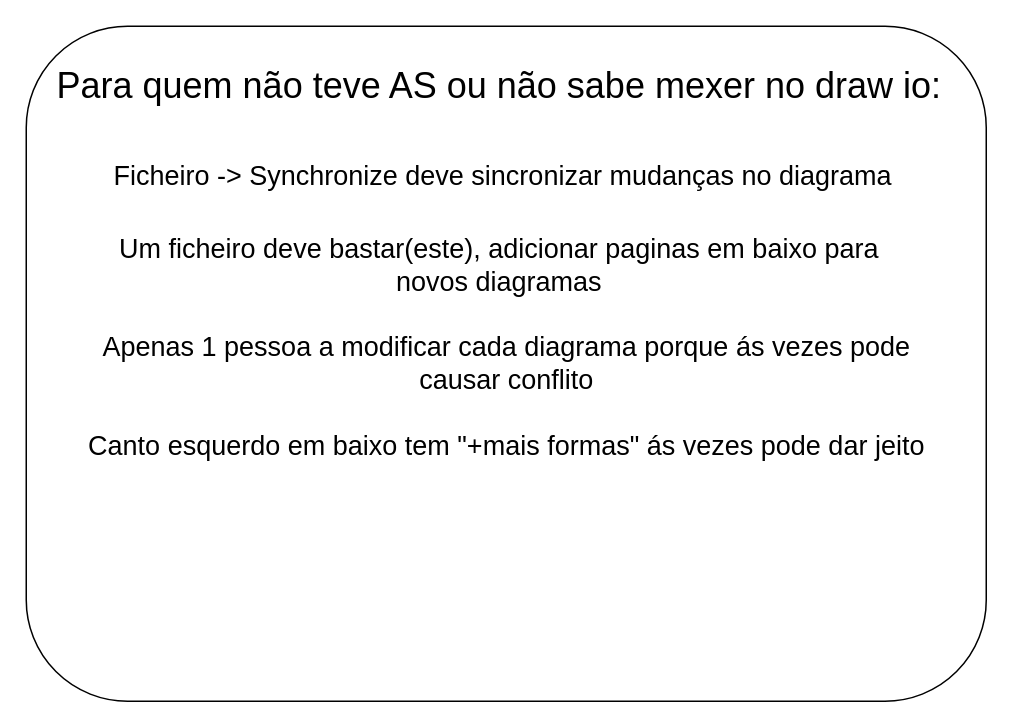
Above: page "Página-1" (1 of 3) of M2.drawio in PECI-Grupo-12-Drones/diagrams (draw.io), before the change. Source tidied: cells renumbered, new cells numbered last; positions are measured from the earlier drawing's top-left corner, leaving out a move shared by most shapes. Both pictures are drawn from the tidied source at 150%, with x=0, y=0 at pixel (26, 26).
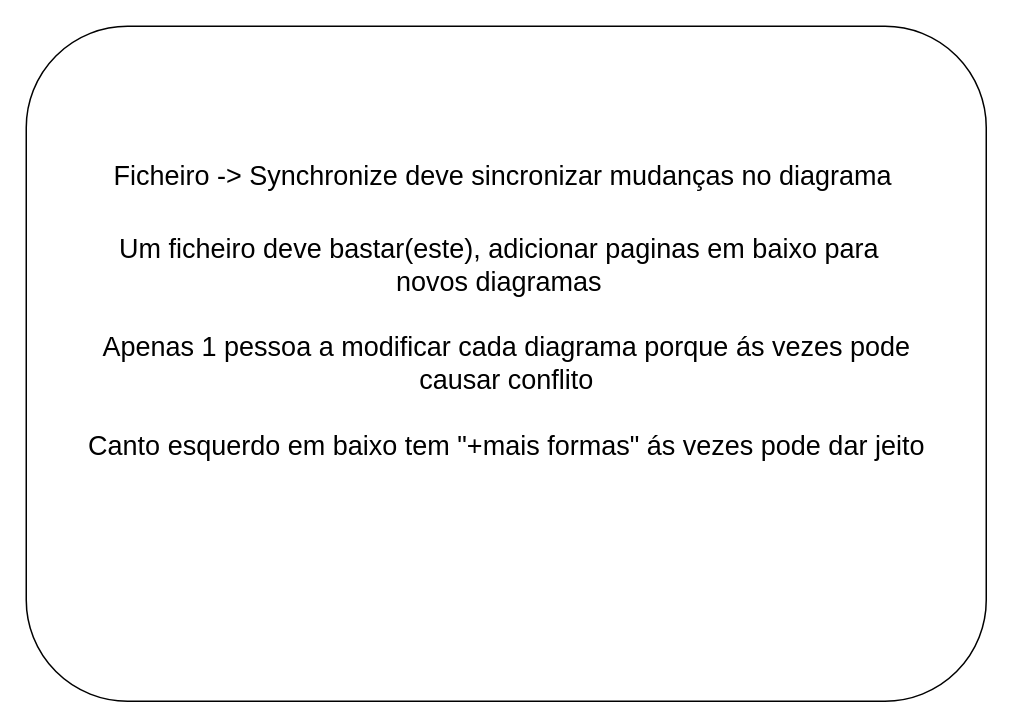
Above is the later version.

Change to the diagram source:
```diff
@@
 <mxGraphModel>
   <root>
     <mxCell id="0" />
     <mxCell id="1" parent="0" />
     <mxCell id="2" style="rounded=1;whiteSpace=wrap;html=1;" parent="1" vertex="1">
       <mxGeometry width="640" height="450" as="geometry" />
     </mxCell>
     <mxCell id="3" value="Ficheiro -&amp;gt; Synchronize deve sincronizar mudanças no diagrama&amp;nbsp;" style="text;html=1;align=center;verticalAlign=middle;strokeColor=none;fillColor=none;fontSize=18;" parent="1" vertex="1">
       <mxGeometry x="45" y="80" width="550" height="40" as="geometry" />
     </mxCell>
     <mxCell id="4" value="Um ficheiro deve bastar(este), adicionar paginas em baixo para &lt;br&gt;novos diagramas" style="text;html=1;align=center;verticalAlign=middle;strokeColor=none;fillColor=none;fontSize=18;" parent="1" vertex="1">
       <mxGeometry x="50" y="130" width="530" height="60" as="geometry" />
     </mxCell>
     <mxCell id="5" value="Apenas 1 pessoa a modificar cada diagrama porque ás vezes pode &lt;br&gt;causar conflito" style="text;html=1;align=center;verticalAlign=middle;strokeColor=none;fillColor=none;fontSize=18;" parent="1" vertex="1">
       <mxGeometry x="40" y="195" width="560" height="60" as="geometry" />
     </mxCell>
     <mxCell id="6" value="Canto esquerdo em baixo tem &quot;+mais formas&quot; ás vezes pode dar jeito" style="text;html=1;align=center;verticalAlign=middle;strokeColor=none;fillColor=none;fontSize=18;" parent="1" vertex="1">
       <mxGeometry x="30" y="260" width="580" height="40" as="geometry" />
     </mxCell>
-    <mxCell id="7" value="&lt;font style=&quot;font-size: 24px;&quot;&gt;Para quem não teve AS ou não sabe mexer no draw io:&lt;/font&gt;" style="text;html=1;align=center;verticalAlign=middle;strokeColor=none;fillColor=none;fontSize=18;" parent="1" vertex="1">
-      <mxGeometry x="10" y="20" width="610" height="40" as="geometry" />
-    </mxCell>
   </root>
 </mxGraphModel>
```
